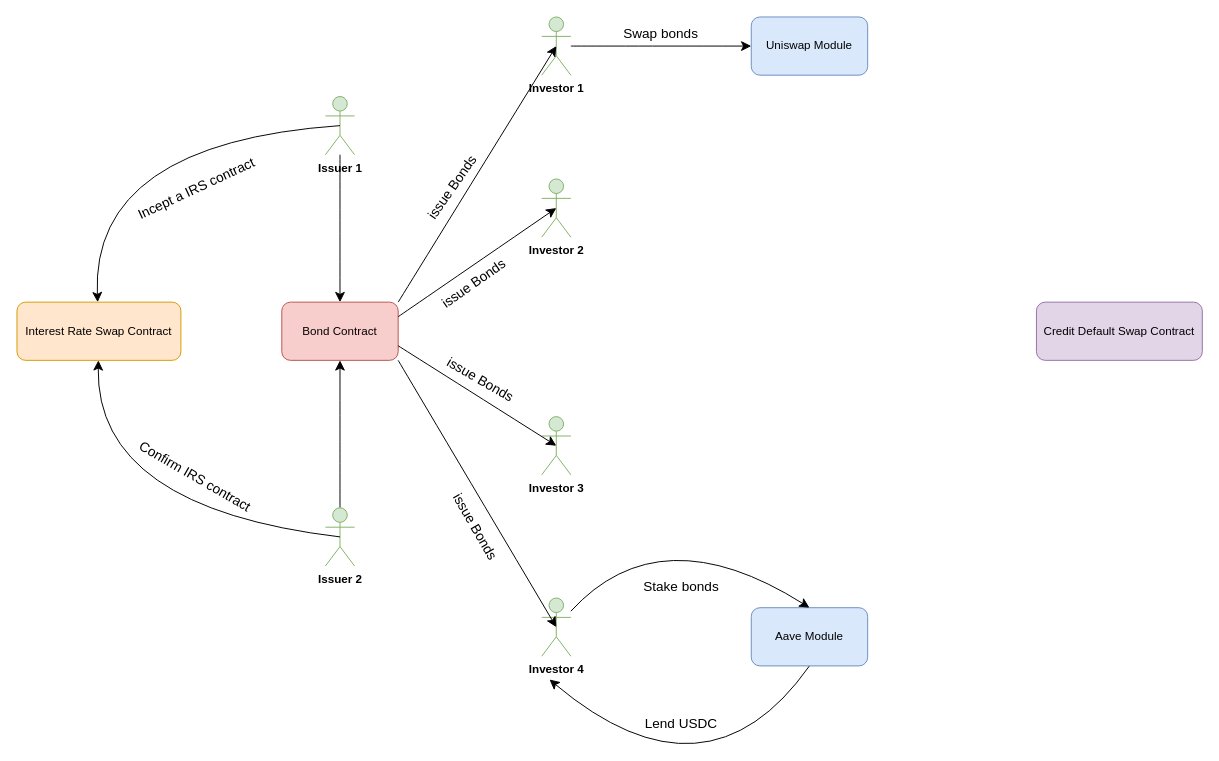
Before: DeRiskM.drawio in Edoumou/drawings, a draw.io diagram. Source tidied: cells renumbered, new cells numbered last; positions are measured from the earlier drawing's top-left corner, leaving out a move shared by most shapes. Both pictures are drawn from the tidied source at 97%, with x=0, y=0 at pixel (16, 16).
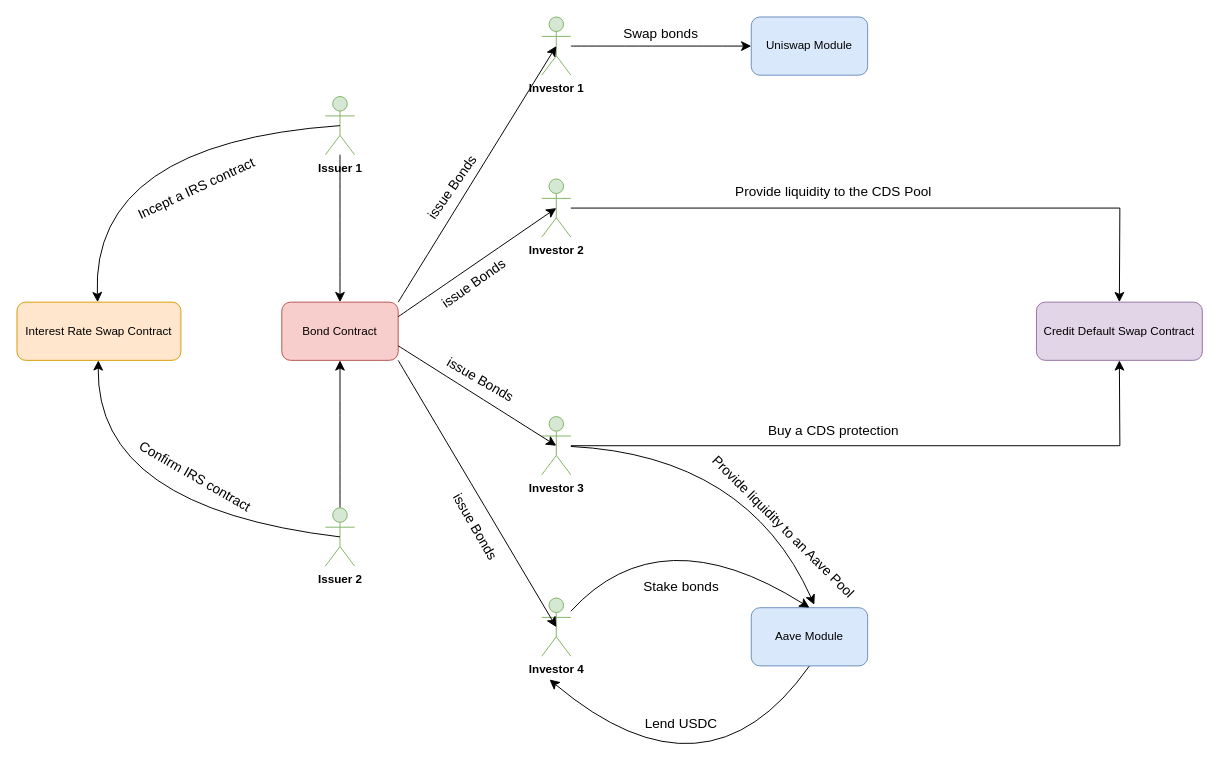
After the change.

Unchanged cells that the change refers to:
```xml
<mxCell id="8" value="Credit Default Swap Contract" style="rounded=1;whiteSpace=wrap;html=1;fillColor=#e1d5e7;strokeColor=#9673a6;" parent="1" vertex="1">
  <mxGeometry x="1051" y="294" width="171" height="60" as="geometry" />
</mxCell>
<mxCell id="14" value="&lt;b&gt;Investor 2&lt;/b&gt;" style="shape=umlActor;verticalLabelPosition=bottom;verticalAlign=top;html=1;outlineConnect=0;fillColor=#d5e8d4;strokeColor=#82b366;" parent="1" vertex="1">
  <mxGeometry x="541" y="167" width="30" height="60" as="geometry" />
</mxCell>
<mxCell id="15" value="&lt;b&gt;Investor 3&lt;/b&gt;" style="shape=umlActor;verticalLabelPosition=bottom;verticalAlign=top;html=1;outlineConnect=0;fillColor=#d5e8d4;strokeColor=#82b366;" parent="1" vertex="1">
  <mxGeometry x="541" y="412" width="30" height="60" as="geometry" />
</mxCell>
```

What changed in the source:
```diff
@@
+    <mxCell id="33" style="edgeStyle=none;curved=0;rounded=0;jettySize=auto;html=1;entryX=0.5;entryY=0;entryDx=0;entryDy=0;fontSize=12;startSize=8;endSize=8;" parent="1" edge="1" source="14" target="8">
+      <mxGeometry relative="1" as="geometry">
+        <Array as="points">
+          <mxPoint x="1137" y="197" />
+        </Array>
+      </mxGeometry>
+    </mxCell>
@@
+    <mxCell id="34" style="edgeStyle=none;curved=0;rounded=0;jettySize=auto;html=1;entryX=0.5;entryY=1;entryDx=0;entryDy=0;fontSize=12;startSize=8;endSize=8;" parent="1" edge="1" source="15" target="8">
+      <mxGeometry relative="1" as="geometry">
+        <Array as="points">
+          <mxPoint x="1137" y="442" />
+        </Array>
+      </mxGeometry>
+    </mxCell>
+    <mxCell id="35" style="edgeStyle=none;curved=1;rounded=0;jettySize=auto;html=1;fontSize=12;startSize=8;endSize=8;" parent="1" edge="1" source="15">
+      <mxGeometry relative="1" as="geometry">
+        <mxPoint x="822" y="606" as="targetPoint" />
+        <Array as="points">
+          <mxPoint x="753" y="452" />
+        </Array>
+      </mxGeometry>
+    </mxCell>
@@
+    <mxCell id="36" value="&lt;font style=&quot;font-size: 14px;&quot;&gt;Provide liquidity to the CDS Pool&lt;/font&gt;" style="text;html=1;align=center;verticalAlign=middle;whiteSpace=wrap;rounded=0;fontSize=16;" parent="1" vertex="1">
+      <mxGeometry x="736" y="167.5" width="212" height="23" as="geometry" />
+    </mxCell>
+    <mxCell id="37" value="&lt;font style=&quot;font-size: 14px;&quot;&gt;Buy a CDS protection&lt;/font&gt;" style="text;html=1;align=center;verticalAlign=middle;whiteSpace=wrap;rounded=0;fontSize=16;" parent="1" vertex="1">
+      <mxGeometry x="770" y="416" width="144" height="18" as="geometry" />
+    </mxCell>
+    <mxCell id="38" value="&lt;font style=&quot;font-size: 14px;&quot;&gt;Provide liquidity to an Aave Pool&lt;/font&gt;" style="text;html=1;align=center;verticalAlign=middle;whiteSpace=wrap;rounded=0;fontSize=16;rotation=45;" parent="1" vertex="1">
+      <mxGeometry x="682" y="516.2" width="218" height="18" as="geometry" />
+    </mxCell>
```
